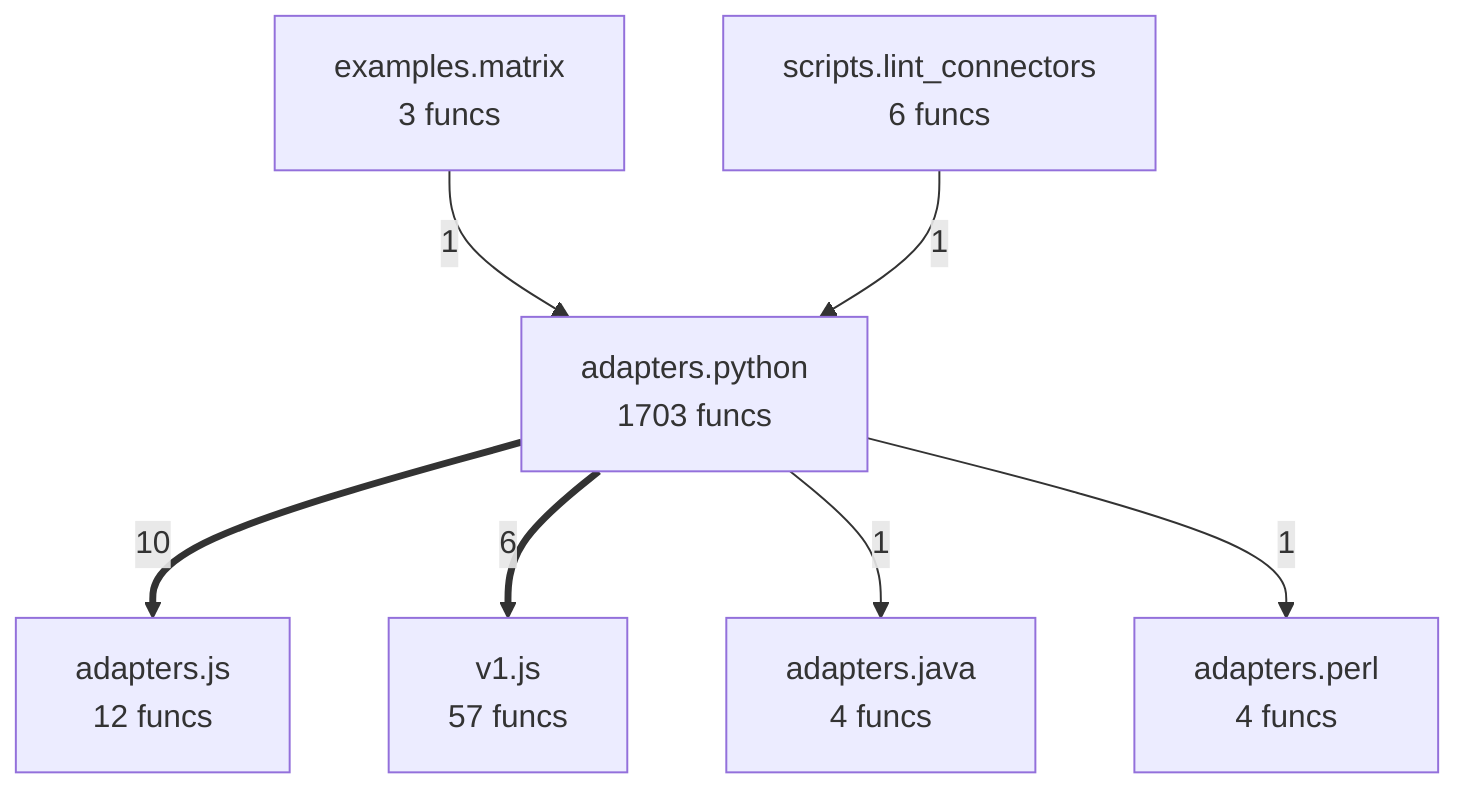
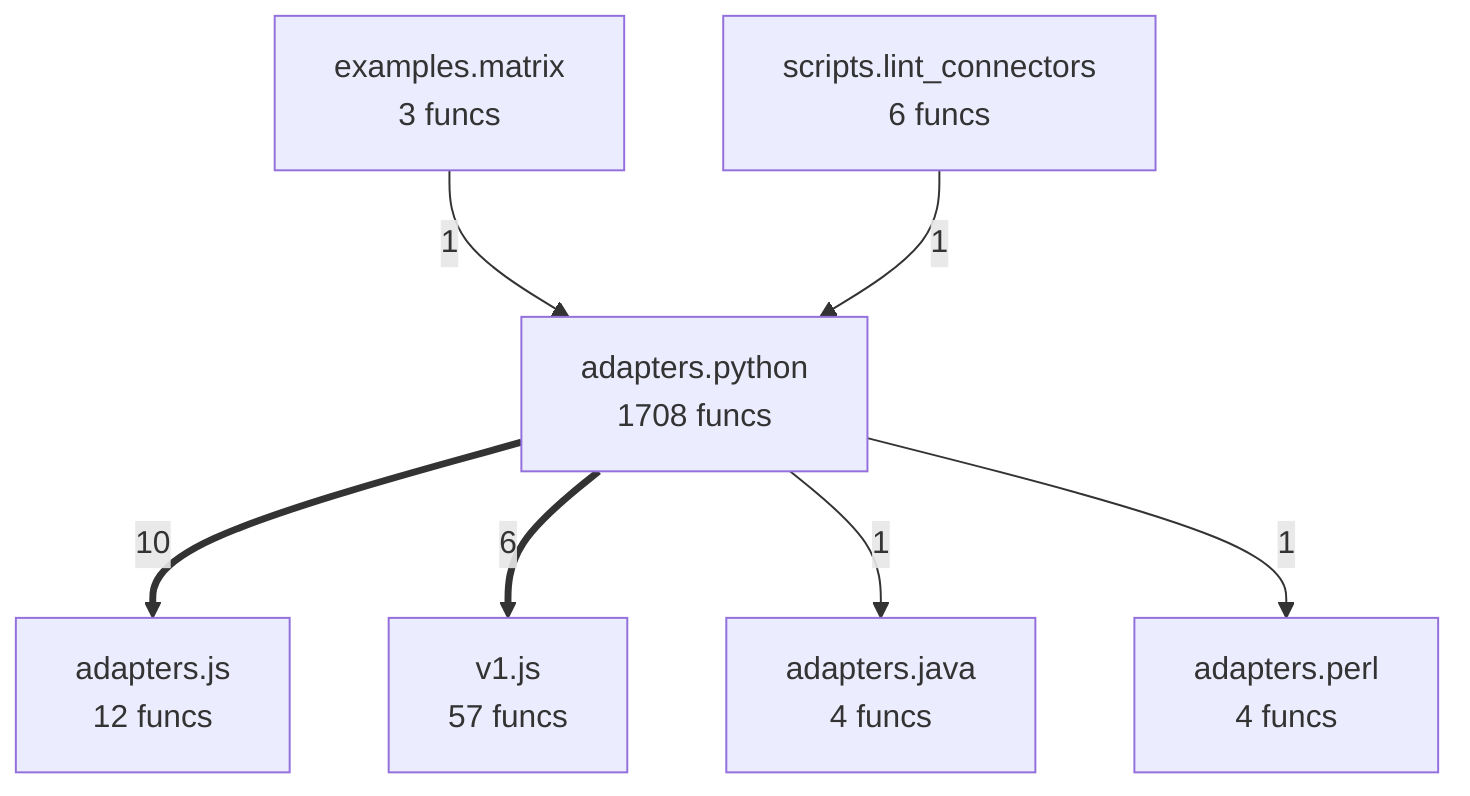
flowchart TD
%% generated in 0.04s
    adapters__java["adapters.java<br/>4 funcs"]
    adapters__js["adapters.js<br/>12 funcs"]
    adapters__perl["adapters.perl<br/>4 funcs"]
-     adapters__python["adapters.python<br/>1703 funcs"]
+     adapters__python["adapters.python<br/>1708 funcs"]
    examples__matrix["examples.matrix<br/>3 funcs"]
    scripts__lint_connectors["scripts.lint_connectors<br/>6 funcs"]
    v1__js["v1.js<br/>57 funcs"]
    adapters__python ==>|10| adapters__js
    adapters__python ==>|6| v1__js
    examples__matrix -->|1| adapters__python
    scripts__lint_connectors -->|1| adapters__python
    adapters__python -->|1| adapters__java
    adapters__python -->|1| adapters__perl
